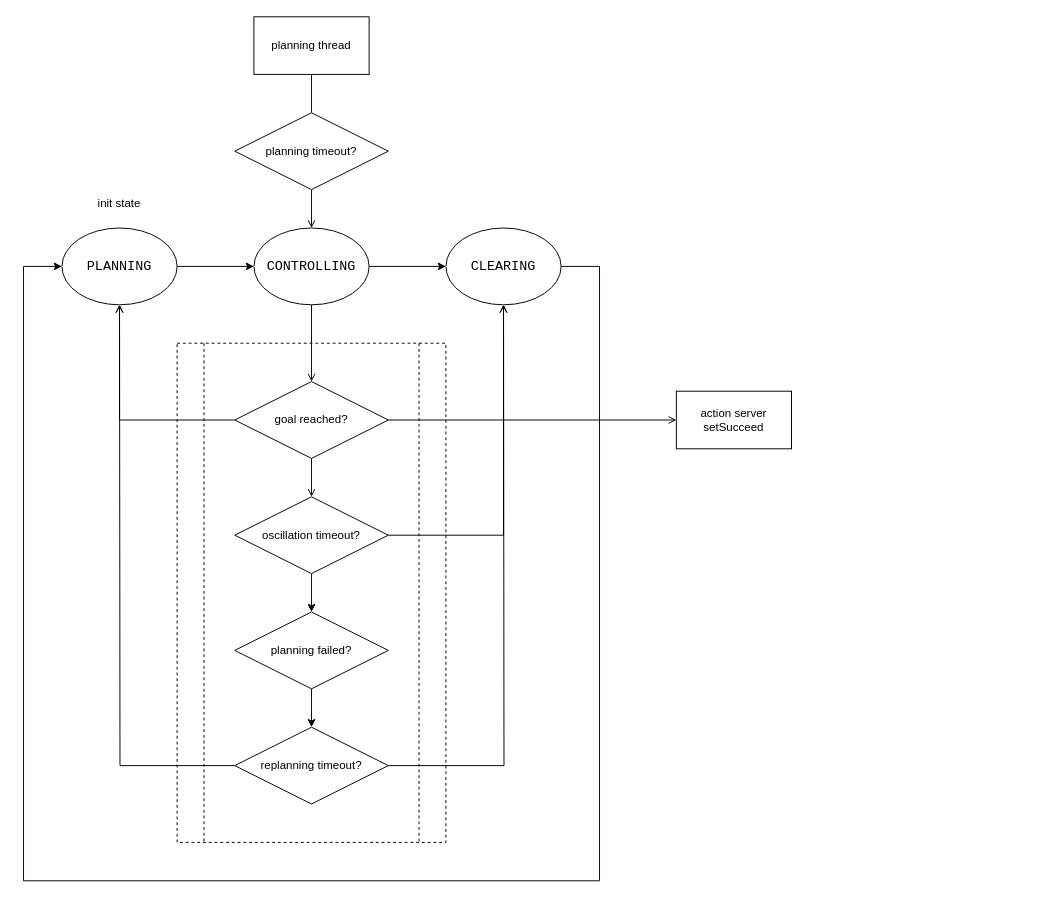
This is move_base_state_machine.drawio from xinjuezou-whi/whi_move_base, a draw.io file, before an edit. Source tidied: cells renumbered, new cells numbered last; positions are measured from the earlier drawing's top-left corner, leaving out a move shared by most shapes. Both pictures are drawn from the tidied source at 96%, with x=0, y=0 at pixel (23, 16).
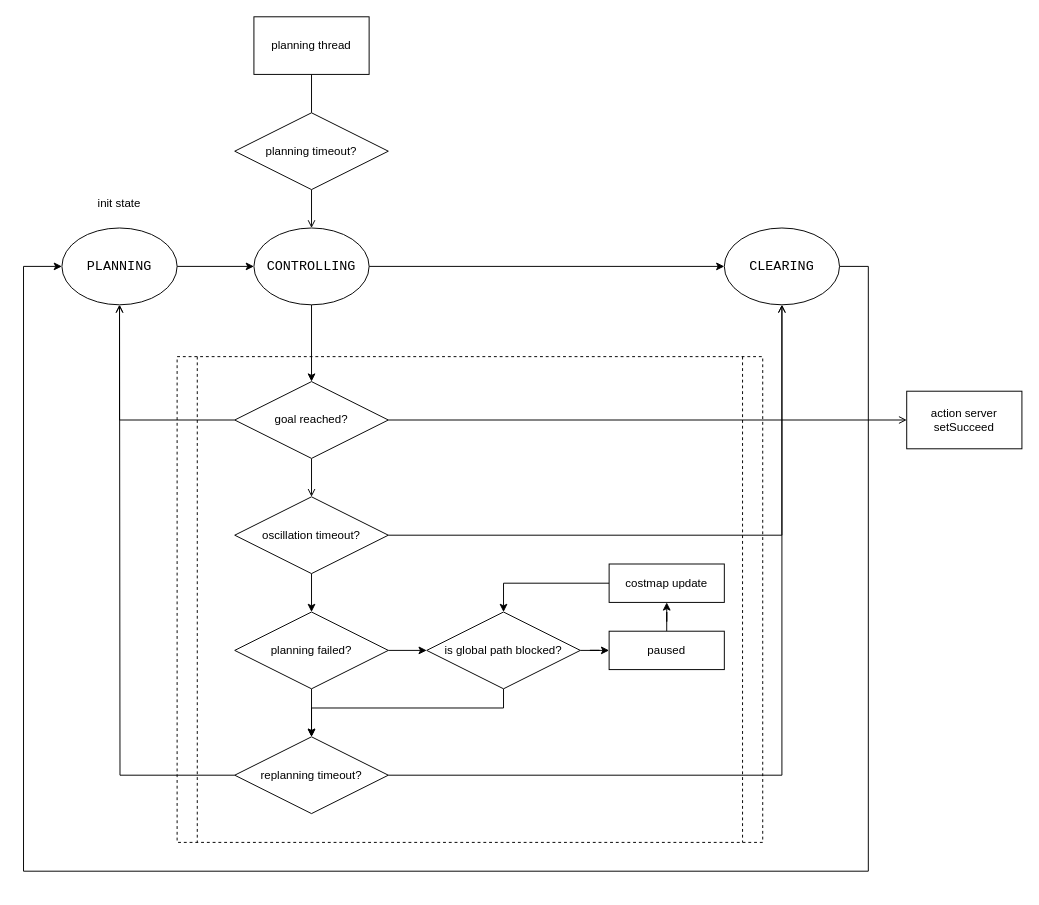
The same page after the edit.

Unchanged cells that the change refers to:
```xml
<mxCell id="3" value="&lt;div style=&quot;background-color: rgb(255 , 255 , 255) ; font-family: &amp;#34;consolas&amp;#34; , &amp;#34;courier new&amp;#34; , monospace ; font-size: 14px ; line-height: 19px&quot;&gt;PLANNING&lt;/div&gt;" style="ellipse;whiteSpace=wrap;html=1;" parent="1" vertex="1">
  <mxGeometry x="40" y="220" width="120" height="80" as="geometry" />
</mxCell>
<mxCell id="7" value="&lt;div style=&quot;background-color: rgb(255 , 255 , 255) ; font-family: &amp;#34;consolas&amp;#34; , &amp;#34;courier new&amp;#34; , monospace ; font-size: 14px ; line-height: 19px&quot;&gt;&lt;div style=&quot;font-family: &amp;#34;consolas&amp;#34; , &amp;#34;courier new&amp;#34; , monospace ; line-height: 19px&quot;&gt;CONTROLLING&lt;/div&gt;&lt;/div&gt;" style="ellipse;whiteSpace=wrap;html=1;" parent="1" vertex="1">
  <mxGeometry x="240" y="220" width="120" height="80" as="geometry" />
</mxCell>
<mxCell id="18" value="goal reached?" style="rhombus;whiteSpace=wrap;html=1;" parent="1" vertex="1">
  <mxGeometry x="220" y="380" width="160" height="80" as="geometry" />
</mxCell>
<mxCell id="22" value="oscillation timeout?" style="rhombus;whiteSpace=wrap;html=1;" parent="1" vertex="1">
  <mxGeometry x="220" y="500" width="160" height="80" as="geometry" />
</mxCell>
<mxCell id="24" value="planning failed?" style="rhombus;whiteSpace=wrap;html=1;" parent="1" vertex="1">
  <mxGeometry x="220" y="620" width="160" height="80" as="geometry" />
</mxCell>
```

Diff of the diagram source:
```diff
@@
+    <mxCell id="11" style="shape=process;whiteSpace=wrap;html=1;backgroundOutline=1;dashed=1;size=0.034482758620689655;" parent="1" vertex="1">
+      <mxGeometry x="160" y="354" width="610" height="506" as="geometry" />
+    </mxCell>
@@
-    <mxCell id="5" style="edgeStyle=orthogonalEdgeStyle;rounded=0;jettySize=auto;html=1;exitX=0.5;exitY=1;exitDx=0;exitDy=0;entryX=0.5;entryY=0;entryDx=0;entryDy=0;endArrow=none;endFill=0;" parent="1" edge="1" source="7" target="11">
-      <mxGeometry relative="1" as="geometry" />
-    </mxCell>
@@
+    <mxCell id="29" style="edgeStyle=orthogonalEdgeStyle;rounded=0;jettySize=auto;html=1;entryX=0.5;entryY=0;entryDx=0;entryDy=0;" parent="1" edge="1" source="7" target="18">
+      <mxGeometry relative="1" as="geometry" />
+    </mxCell>
@@
-    <mxCell id="11" style="shape=process;whiteSpace=wrap;html=1;backgroundOutline=1;dashed=1;" parent="1" vertex="1">
-      <mxGeometry x="160" y="340" width="280" height="520" as="geometry" />
-    </mxCell>
@@
     <mxCell id="13" style="edgeStyle=orthogonalEdgeStyle;rounded=0;jettySize=auto;html=1;entryX=0;entryY=0.5;entryDx=0;entryDy=0;endArrow=classic;endFill=1;" parent="1" edge="1" source="14" target="3">
       <mxGeometry relative="1" as="geometry">
         <Array as="points">
-          <mxPoint x="600" y="260" />
-          <mxPoint x="600" y="900" />
-          <mxPoint y="900" />
+          <mxPoint x="880" y="260" />
+          <mxPoint x="880" y="890" />
+          <mxPoint y="890" />
           <mxPoint y="260" />
         </Array>
       </mxGeometry>
     </mxCell>
     <mxCell id="14" value="&lt;div style=&quot;background-color: rgb(255 , 255 , 255) ; font-family: &amp;#34;consolas&amp;#34; , &amp;#34;courier new&amp;#34; , monospace ; font-size: 14px ; line-height: 19px&quot;&gt;&lt;div style=&quot;font-family: &amp;#34;consolas&amp;#34; , &amp;#34;courier new&amp;#34; , monospace ; line-height: 19px&quot;&gt;&lt;div style=&quot;font-family: &amp;#34;consolas&amp;#34; , &amp;#34;courier new&amp;#34; , monospace ; line-height: 19px&quot;&gt;CLEARING&lt;/div&gt;&lt;/div&gt;&lt;/div&gt;" style="ellipse;whiteSpace=wrap;html=1;" parent="1" vertex="1">
-      <mxGeometry x="440" y="220" width="120" height="80" as="geometry" />
+      <mxGeometry x="730" y="220" width="120" height="80" as="geometry" />
     </mxCell>
@@
-    <mxCell id="19" style="endArrow=open;html=1;rounded=0;exitX=0.5;exitY=0;exitDx=0;exitDy=0;endFill=0;" parent="1" edge="1" source="11" target="18">
-      <mxGeometry relative="1" as="geometry" />
-    </mxCell>
-    <mxCell id="20" style="edgeStyle=orthogonalEdgeStyle;rounded=0;jettySize=auto;html=1;entryX=0.5;entryY=1;entryDx=0;entryDy=0;endArrow=open;endFill=0;" parent="1" edge="1" source="22" target="14">
+    <mxCell id="20" style="edgeStyle=orthogonalEdgeStyle;rounded=0;jettySize=auto;html=1;entryX=0.5;entryY=1;entryDx=0;entryDy=0;endArrow=open;endFill=0;exitX=1;exitY=0.5;exitDx=0;exitDy=0;" parent="1" edge="1" source="22" target="14">
       <mxGeometry relative="1" as="geometry" />
     </mxCell>
@@
+    <mxCell id="30" style="edgeStyle=orthogonalEdgeStyle;rounded=0;jettySize=auto;html=1;exitX=1;exitY=0.5;exitDx=0;exitDy=0;entryX=0;entryY=0.5;entryDx=0;entryDy=0;" parent="1" edge="1" source="24" target="33">
+      <mxGeometry relative="1" as="geometry" />
+    </mxCell>
@@
-    <mxCell id="26" style="edgeStyle=orthogonalEdgeStyle;rounded=0;jettySize=auto;html=1;endArrow=open;endFill=0;" parent="1" edge="1" source="27">
-      <mxGeometry relative="1" as="geometry">
-        <mxPoint x="500" y="300" as="targetPoint" />
-      </mxGeometry>
+    <mxCell id="26" style="edgeStyle=orthogonalEdgeStyle;rounded=0;jettySize=auto;html=1;endArrow=open;endFill=0;exitX=1;exitY=0.5;exitDx=0;exitDy=0;entryX=0.5;entryY=1;entryDx=0;entryDy=0;" parent="1" edge="1" source="27" target="14">
+      <mxGeometry relative="1" as="geometry" />
     </mxCell>
     <mxCell id="27" value="replanning timeout?" style="rhombus;whiteSpace=wrap;html=1;" parent="1" vertex="1">
-      <mxGeometry x="220" y="740" width="160" height="80" as="geometry" />
+      <mxGeometry x="220" y="750" width="160" height="80" as="geometry" />
     </mxCell>
     <mxCell id="28" value="action server&lt;br&gt;setSucceed" style="rounded=0;whiteSpace=wrap;html=1;" parent="1" vertex="1">
-      <mxGeometry x="680" y="390" width="120" height="60" as="geometry" />
+      <mxGeometry x="920" y="390" width="120" height="60" as="geometry" />
     </mxCell>
+    <mxCell id="31" style="edgeStyle=orthogonalEdgeStyle;rounded=0;jettySize=auto;html=1;" parent="1" edge="1" source="33" target="35">
+      <mxGeometry relative="1" as="geometry" />
+    </mxCell>
+    <mxCell id="32" style="edgeStyle=orthogonalEdgeStyle;rounded=0;jettySize=auto;html=1;exitX=0.5;exitY=1;exitDx=0;exitDy=0;entryX=0.5;entryY=0;entryDx=0;entryDy=0;" parent="1" edge="1" source="33" target="27">
+      <mxGeometry relative="1" as="geometry">
+        <Array as="points">
+          <mxPoint x="500" y="720" />
+          <mxPoint x="300" y="720" />
+        </Array>
+      </mxGeometry>
+    </mxCell>
+    <mxCell id="33" value="is global path blocked?" style="rhombus;whiteSpace=wrap;html=1;" parent="1" vertex="1">
+      <mxGeometry x="420" y="620" width="160" height="80" as="geometry" />
+    </mxCell>
+    <mxCell id="34" style="edgeStyle=orthogonalEdgeStyle;rounded=0;jettySize=auto;html=1;" parent="1" edge="1" source="35" target="37">
+      <mxGeometry relative="1" as="geometry" />
+    </mxCell>
+    <mxCell id="35" value="paused" style="whiteSpace=wrap;html=1;" parent="1" vertex="1">
+      <mxGeometry x="610" y="640" width="120" height="40" as="geometry" />
+    </mxCell>
+    <mxCell id="36" style="edgeStyle=orthogonalEdgeStyle;rounded=0;jettySize=auto;html=1;entryX=0.5;entryY=0;entryDx=0;entryDy=0;" parent="1" edge="1" source="37" target="33">
+      <mxGeometry relative="1" as="geometry" />
+    </mxCell>
+    <mxCell id="37" value="costmap update" style="whiteSpace=wrap;html=1;" parent="1" vertex="1">
+      <mxGeometry x="610" y="570" width="120" height="40" as="geometry" />
+    </mxCell>
```
